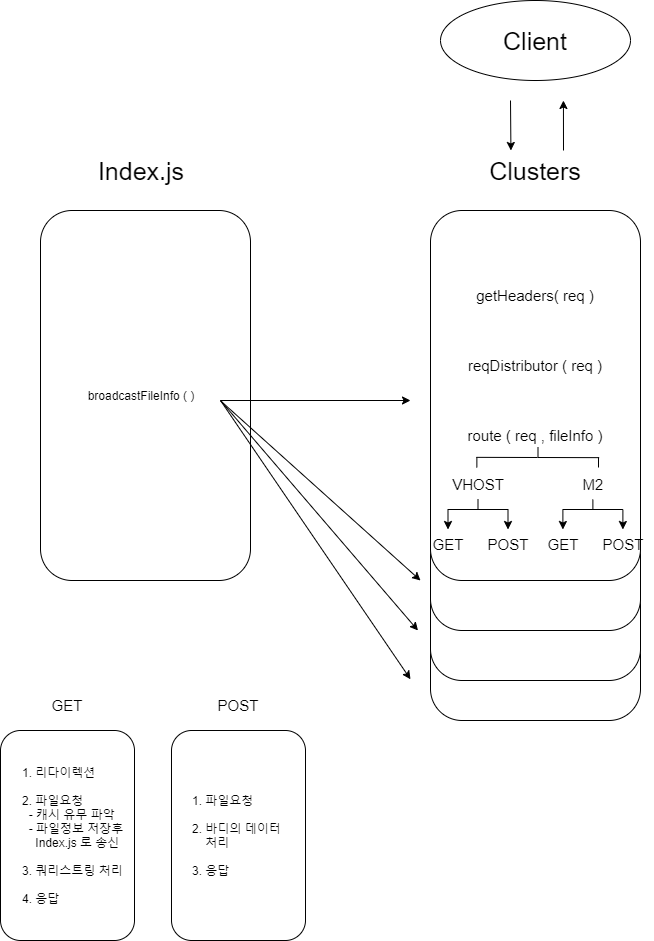
Above: diagram.png in ChansooKim316/node_server (draw.io), before the change. Source tidied: cells renumbered, new cells last; positions are measured from the earlier drawing's top-left corner, leaving out a move shared by most shapes.
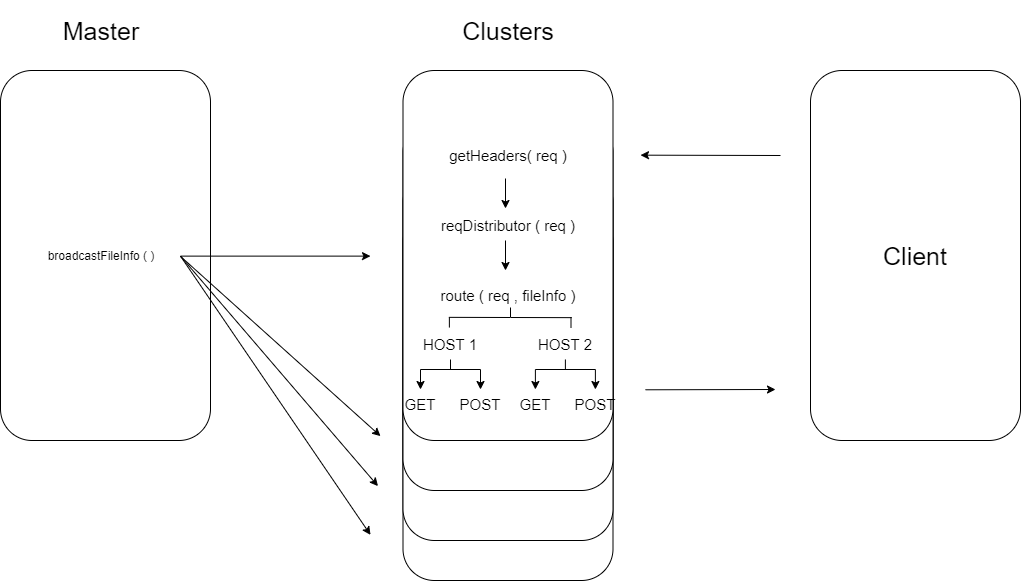
After the commit.

What changed in the source:
```diff
@@ -12,26 +12,17 @@
       <mxGeometry x="430" y="260" width="210" height="370" as="geometry" />
     </mxCell>
     <mxCell id="5" value="&lt;div&gt;&lt;span style=&quot;color: rgba(0 , 0 , 0 , 0) ; font-family: monospace ; font-size: 0px&quot;&gt;%3CmxGraphModel%3E%3Croot%3E%3CmxCell%20id%3D%220%22%2F%3E%3CmxCell%20id%3D%221%22%20parent%3D%220%22%2F%3E%3CmxCell%20id%3D%222%22%20value%3D%22%26lt%3Bdiv%26gt%3B%26lt%3Bb%20style%3D%26quot%3Bfont-size%3A%2015px%26quot%3B%26gt%3Bheaders.js%26lt%3B%2Fb%26gt%3B%26lt%3B%2Fdiv%26gt%3B%26lt%3Bdiv%20style%3D%26quot%3Btext-align%3A%20justify%26quot%3B%26gt%3B%26lt%3Bbr%26gt%3B%26lt%3B%2Fdiv%26gt%3B%26lt%3Bdiv%20style%3D%26quot%3Btext-align%3A%20justify%26quot%3B%26gt%3B%26lt%3Bb%26gt%3Blet%20headers%20%3D%20%7B%26lt%3B%2Fb%26gt%3B%26lt%3B%2Fdiv%26gt%3B%26lt%3Bdiv%20style%3D%26quot%3Btext-align%3A%20justify%26quot%3B%26gt%3B%26lt%3Bspan%26gt%3B%26amp%3Bnbsp%3B%20%26amp%3Bnbsp%3B%20%26amp%3Bnbsp%3Bmethod%20%3A%20___%20%2C%26lt%3B%2Fspan%26gt%3B%26lt%3B%2Fdiv%26gt%3B%26lt%3Bdiv%20style%3D%26quot%3Btext-align%3A%20justify%26quot%3B%26gt%3B%26lt%3Bspan%26gt%3B%26amp%3Bnbsp%3B%20%26amp%3Bnbsp%3B%20%26amp%3Bnbsp%3Buri%20%3A%20___%20%2C%26lt%3B%2Fspan%26gt%3B%26lt%3B%2Fdiv%26gt%3B%26lt%3Bdiv%20style%3D%26quot%3Btext-align%3A%20justify%26quot%3B%26gt%3B%26lt%3Bspan%26gt%3B%26amp%3Bnbsp%3B%20%26amp%3Bnbsp%3B%20%26amp%3Bnbsp%3Bhttp%20version%20%3A%20___%20%2C%26lt%3B%2Fspan%26gt%3B%26lt%3B%2Fdiv%26gt%3B%26lt%3Bdiv%20style%3D%26quot%3Btext-align%3A%20justify%26quot%3B%26gt%3B%26lt%3Bbr%26gt%3B%26lt%3B%2Fdiv%26gt%3B%26lt%3Bdiv%20style%3D%26quot%3Btext-align%3A%20justify%26quot%3B%26gt%3B%26lt%3Bspan%26gt%3B%26amp%3Bnbsp%3B%20%26amp%3Bnbsp%3B%20%26amp%3Bnbsp%3B%20%26amp%3Bnbsp%3B%20%26amp%3Bnbsp%3B%20%26amp%3Bnbsp%3B%20%26amp%3Bnbsp%3B%E2%97%8F%26lt%3B%2Fspan%26gt%3B%26lt%3B%2Fdiv%26gt%3B%26lt%3Bdiv%20style%3D%26quot%3Btext-align%3A%20justify%26quot%3B%26gt%3B%26lt%3Bspan%26gt%3B%26amp%3Bnbsp%3B%20%26amp%3Bnbsp%3B%20%26amp%3Bnbsp%3B%20%26amp%3Bnbsp%3B%20%26amp%3Bnbsp%3B%20%26amp%3Bnbsp%3B%20%26amp%3Bnbsp%3B%E2%97%8F%26lt%3B%2Fspan%26gt%3B%26lt%3Bbr%26gt%3B%26lt%3B%2Fdiv%26gt%3B%26lt%3Bdiv%20style%3D%26quot%3Btext-align%3A%20justify%26quot%3B%26gt%3B%26lt%3Bspan%26gt%3B%26amp%3Bnbsp%3B%20%26amp%3Bnbsp%3B%20%26amp%3Bnbsp%3B%20%26amp%3Bnbsp%3B%20%26amp%3Bnbsp%3B%20%26amp%3Bnbsp%3B%20%26amp%3Bnbsp%3B%E2%97%8F%26lt%3B%2Fspan%26gt%3B%26lt%3B%2Fdiv%26gt%3B%26lt%3Bdiv%20style%3D%26quot%3Btext-align%3A%20justify%26quot%3B%26gt%3B%26lt%3Bb%26gt%3B%7D%26lt%3B%2Fb%26gt%3B%26lt%3Bbr%26gt%3B%26lt%3B%2Fdiv%26gt%3B%22%20style%3D%22rounded%3D1%3BwhiteSpace%3Dwrap%3Bhtml%3D1%3BfontSize%3D12%3Bglass%3D0%3BstrokeWidth%3D1%3Bshadow%3D0%3Balign%3Dcenter%3B%22%20vertex%3D%221%22%20parent%3D%221%22%3E%3CmxGeometry%20x%3D%2240%22%20y%3D%22230%22%20width%3D%22170%22%20height%3D%22200%22%20as%3D%22geometry%22%2F%3E%3C%2FmxCell%3E%3C%2Froot%3E%3C%2FmxGraphModel%3E&lt;/span&gt;&lt;br&gt;&lt;/div&gt;" style="rounded=1;whiteSpace=wrap;html=1;fontSize=12;glass=0;strokeWidth=1;shadow=0;align=center;" parent="1" vertex="1">
-      <mxGeometry x="40" y="210" width="210" height="370" as="geometry" />
+      <mxGeometry x="27.5" y="210" width="210" height="370" as="geometry" />
     </mxCell>
     <mxCell id="6" value="&lt;div&gt;&lt;span style=&quot;color: rgba(0 , 0 , 0 , 0) ; font-family: monospace ; font-size: 0px&quot;&gt;%3CmxGraphModel%3E%3Croot%3E%3CmxCell%20id%3D%220%22%2F%3E%3CmxCell%20id%3D%221%22%20parent%3D%220%22%2F%3E%3CmxCell%20id%3D%222%22%20value%3D%22%26lt%3Bdiv%26gt%3B%26lt%3Bb%20style%3D%26quot%3Bfont-size%3A%2015px%26quot%3B%26gt%3Bheaders.js%26lt%3B%2Fb%26gt%3B%26lt%3B%2Fdiv%26gt%3B%26lt%3Bdiv%20style%3D%26quot%3Btext-align%3A%20justify%26quot%3B%26gt%3B%26lt%3Bbr%26gt%3B%26lt%3B%2Fdiv%26gt%3B%26lt%3Bdiv%20style%3D%26quot%3Btext-align%3A%20justify%26quot%3B%26gt%3B%26lt%3Bb%26gt%3Blet%20headers%20%3D%20%7B%26lt%3B%2Fb%26gt%3B%26lt%3B%2Fdiv%26gt%3B%26lt%3Bdiv%20style%3D%26quot%3Btext-align%3A%20justify%26quot%3B%26gt%3B%26lt%3Bspan%26gt%3B%26amp%3Bnbsp%3B%20%26amp%3Bnbsp%3B%20%26amp%3Bnbsp%3Bmethod%20%3A%20___%20%2C%26lt%3B%2Fspan%26gt%3B%26lt%3B%2Fdiv%26gt%3B%26lt%3Bdiv%20style%3D%26quot%3Btext-align%3A%20justify%26quot%3B%26gt%3B%26lt%3Bspan%26gt%3B%26amp%3Bnbsp%3B%20%26amp%3Bnbsp%3B%20%26amp%3Bnbsp%3Buri%20%3A%20___%20%2C%26lt%3B%2Fspan%26gt%3B%26lt%3B%2Fdiv%26gt%3B%26lt%3Bdiv%20style%3D%26quot%3Btext-align%3A%20justify%26quot%3B%26gt%3B%26lt%3Bspan%26gt%3B%26amp%3Bnbsp%3B%20%26amp%3Bnbsp%3B%20%26amp%3Bnbsp%3Bhttp%20version%20%3A%20___%20%2C%26lt%3B%2Fspan%26gt%3B%26lt%3B%2Fdiv%26gt%3B%26lt%3Bdiv%20style%3D%26quot%3Btext-align%3A%20justify%26quot%3B%26gt%3B%26lt%3Bbr%26gt%3B%26lt%3B%2Fdiv%26gt%3B%26lt%3Bdiv%20style%3D%26quot%3Btext-align%3A%20justify%26quot%3B%26gt%3B%26lt%3Bspan%26gt%3B%26amp%3Bnbsp%3B%20%26amp%3Bnbsp%3B%20%26amp%3Bnbsp%3B%20%26amp%3Bnbsp%3B%20%26amp%3Bnbsp%3B%20%26amp%3Bnbsp%3B%20%26amp%3Bnbsp%3B%E2%97%8F%26lt%3B%2Fspan%26gt%3B%26lt%3B%2Fdiv%26gt%3B%26lt%3Bdiv%20style%3D%26quot%3Btext-align%3A%20justify%26quot%3B%26gt%3B%26lt%3Bspan%26gt%3B%26amp%3Bnbsp%3B%20%26amp%3Bnbsp%3B%20%26amp%3Bnbsp%3B%20%26amp%3Bnbsp%3B%20%26amp%3Bnbsp%3B%20%26amp%3Bnbsp%3B%20%26amp%3Bnbsp%3B%E2%97%8F%26lt%3B%2Fspan%26gt%3B%26lt%3Bbr%26gt%3B%26lt%3B%2Fdiv%26gt%3B%26lt%3Bdiv%20style%3D%26quot%3Btext-align%3A%20justify%26quot%3B%26gt%3B%26lt%3Bspan%26gt%3B%26amp%3Bnbsp%3B%20%26amp%3Bnbsp%3B%20%26amp%3Bnbsp%3B%20%26amp%3Bnbsp%3B%20%26amp%3Bnbsp%3B%20%26amp%3Bnbsp%3B%20%26amp%3Bnbsp%3B%E2%97%8F%26lt%3B%2Fspan%26gt%3B%26lt%3B%2Fdiv%26gt%3B%26lt%3Bdiv%20style%3D%26quot%3Btext-align%3A%20justify%26quot%3B%26gt%3B%26lt%3Bb%26gt%3B%7D%26lt%3B%2Fb%26gt%3B%26lt%3Bbr%26gt%3B%26lt%3B%2Fdiv%26gt%3B%22%20style%3D%22rounded%3D1%3BwhiteSpace%3Dwrap%3Bhtml%3D1%3BfontSize%3D12%3Bglass%3D0%3BstrokeWidth%3D1%3Bshadow%3D0%3Balign%3Dcenter%3B%22%20vertex%3D%221%22%20parent%3D%221%22%3E%3CmxGeometry%20x%3D%2240%22%20y%3D%22230%22%20width%3D%22170%22%20height%3D%22200%22%20as%3D%22geometry%22%2F%3E%3C%2FmxCell%3E%3C%2Froot%3E%3C%2FmxGraphModel%3E&lt;/span&gt;&lt;br&gt;&lt;/div&gt;" style="rounded=1;whiteSpace=wrap;html=1;fontSize=12;glass=0;strokeWidth=1;shadow=0;align=center;" parent="1" vertex="1">
       <mxGeometry x="430" y="210" width="210" height="370" as="geometry" />
     </mxCell>
-    <mxCell id="7" value="&lt;font style=&quot;font-size: 25px&quot;&gt;Index.js&lt;br&gt;&lt;/font&gt;" style="text;html=1;strokeColor=none;fillColor=none;align=center;verticalAlign=middle;whiteSpace=wrap;rounded=0;" parent="1" vertex="1">
-      <mxGeometry x="96" y="140" width="90" height="60" as="geometry" />
+    <mxCell id="7" value="&lt;font style=&quot;font-size: 25px&quot;&gt;Master&lt;br&gt;&lt;/font&gt;" style="text;html=1;strokeColor=none;fillColor=none;align=center;verticalAlign=middle;whiteSpace=wrap;rounded=0;" parent="1" vertex="1">
+      <mxGeometry x="83.5" y="140" width="90" height="60" as="geometry" />
     </mxCell>
     <mxCell id="8" value="&lt;font style=&quot;font-size: 25px&quot;&gt;Clusters&lt;br&gt;&lt;/font&gt;" style="text;html=1;strokeColor=none;fillColor=none;align=center;verticalAlign=middle;whiteSpace=wrap;rounded=0;" parent="1" vertex="1">
       <mxGeometry x="490" y="140" width="90" height="60" as="geometry" />
     </mxCell>
-    <mxCell id="9" value="&lt;p&gt;&lt;span style=&quot;font-size: 25px&quot;&gt;Client&lt;/span&gt;&lt;/p&gt;" style="ellipse;whiteSpace=wrap;html=1;" parent="1" vertex="1">
-      <mxGeometry x="440" width="190" height="80" as="geometry" />
-    </mxCell>
-    <mxCell id="10" style="endArrow=classic;html=1;" parent="1" edge="1">
-      <mxGeometry relative="1" as="geometry">
-        <mxPoint x="510" y="100" as="sourcePoint" />
-        <mxPoint x="510.4" y="150" as="targetPoint" />
-      </mxGeometry>
-    </mxCell>
     <mxCell id="11" value="&lt;font style=&quot;font-size: 15px&quot;&gt;getHeaders( req )&lt;/font&gt;" style="text;html=1;strokeColor=none;fillColor=none;align=center;verticalAlign=middle;whiteSpace=wrap;rounded=0;" parent="1" vertex="1">
       <mxGeometry x="470" y="270" width="130" height="50" as="geometry" />
     </mxCell>
@@ -41,10 +32,10 @@
     <mxCell id="13" value="&lt;font style=&quot;font-size: 15px&quot;&gt;route ( req , fileInfo )&lt;/font&gt;" style="text;html=1;strokeColor=none;fillColor=none;align=center;verticalAlign=middle;whiteSpace=wrap;rounded=0;" parent="1" vertex="1">
       <mxGeometry x="450" y="410" width="170" height="50" as="geometry" />
     </mxCell>
-    <mxCell id="14" value="&lt;font style=&quot;font-size: 15px&quot;&gt;VHOST&lt;/font&gt;" style="text;html=1;strokeColor=none;fillColor=none;align=center;verticalAlign=middle;whiteSpace=wrap;rounded=0;" parent="1" vertex="1">
+    <mxCell id="14" value="&lt;span style=&quot;font-size: 15px&quot;&gt;HOST 1&lt;/span&gt;" style="text;html=1;strokeColor=none;fillColor=none;align=center;verticalAlign=middle;whiteSpace=wrap;rounded=0;" parent="1" vertex="1">
       <mxGeometry x="447.5" y="469" width="60" height="30" as="geometry" />
     </mxCell>
-    <mxCell id="15" value="&lt;font style=&quot;font-size: 15px&quot;&gt;M2&lt;/font&gt;" style="text;html=1;strokeColor=none;fillColor=none;align=center;verticalAlign=middle;whiteSpace=wrap;rounded=0;" parent="1" vertex="1">
+    <mxCell id="15" value="&lt;font style=&quot;font-size: 15px&quot;&gt;HOST 2&lt;/font&gt;" style="text;html=1;strokeColor=none;fillColor=none;align=center;verticalAlign=middle;whiteSpace=wrap;rounded=0;" parent="1" vertex="1">
       <mxGeometry x="562.5" y="469" width="60" height="30" as="geometry" />
     </mxCell>
     <mxCell id="16" value="&lt;font style=&quot;font-size: 15px&quot;&gt;GET&lt;/font&gt;" style="text;html=1;strokeColor=none;fillColor=none;align=center;verticalAlign=middle;whiteSpace=wrap;rounded=0;" parent="1" vertex="1">
@@ -150,49 +141,61 @@
       </mxGeometry>
     </mxCell>
     <mxCell id="35" value="broadcastFileInfo ( )" style="text;html=1;strokeColor=none;fillColor=none;align=center;verticalAlign=middle;whiteSpace=wrap;rounded=0;" parent="1" vertex="1">
-      <mxGeometry x="86" y="365" width="110" height="60" as="geometry" />
+      <mxGeometry x="73.5" y="365" width="110" height="60" as="geometry" />
     </mxCell>
     <mxCell id="36" style="endArrow=classic;html=1;" parent="1" edge="1">
       <mxGeometry relative="1" as="geometry">
-        <mxPoint x="220" y="400" as="sourcePoint" />
-        <mxPoint x="410" y="400" as="targetPoint" />
+        <mxPoint x="207.5" y="395.6" as="sourcePoint" />
+        <mxPoint x="397.5" y="395.6" as="targetPoint" />
       </mxGeometry>
     </mxCell>
     <mxCell id="37" style="endArrow=classic;html=1;" parent="1" edge="1">
       <mxGeometry relative="1" as="geometry">
-        <mxPoint x="220" y="400.2" as="sourcePoint" />
-        <mxPoint x="420" y="580" as="targetPoint" />
+        <mxPoint x="207.5" y="395.9" as="sourcePoint" />
+        <mxPoint x="407.5" y="575.6" as="targetPoint" />
       </mxGeometry>
     </mxCell>
     <mxCell id="38" style="endArrow=classic;html=1;" parent="1" edge="1">
       <mxGeometry relative="1" as="geometry">
-        <mxPoint x="220" y="400" as="sourcePoint" />
-        <mxPoint x="417.5" y="630" as="targetPoint" />
+        <mxPoint x="207.5" y="395.6" as="sourcePoint" />
+        <mxPoint x="405" y="625.6" as="targetPoint" />
       </mxGeometry>
     </mxCell>
     <mxCell id="39" style="endArrow=classic;html=1;" parent="1" edge="1">
       <mxGeometry relative="1" as="geometry">
-        <mxPoint x="220" y="400" as="sourcePoint" />
-        <mxPoint x="410" y="678.8" as="targetPoint" />
+        <mxPoint x="207.5" y="395.6" as="sourcePoint" />
+        <mxPoint x="397.5" y="674.4" as="targetPoint" />
       </mxGeometry>
     </mxCell>
-    <mxCell id="40" value="&lt;font style=&quot;font-size: 15px&quot;&gt;GET&lt;/font&gt;" style="text;html=1;strokeColor=none;fillColor=none;align=center;verticalAlign=middle;whiteSpace=wrap;rounded=0;" parent="1" vertex="1">
-      <mxGeometry x="37" y="690" width="60" height="30" as="geometry" />
-    </mxCell>
-    <mxCell id="41" value="&lt;font style=&quot;font-size: 15px&quot;&gt;POST&lt;/font&gt;" style="text;html=1;strokeColor=none;fillColor=none;align=center;verticalAlign=middle;whiteSpace=wrap;rounded=0;" parent="1" vertex="1">
-      <mxGeometry x="208" y="690" width="60" height="30" as="geometry" />
-    </mxCell>
-    <mxCell id="42" value="&lt;span style=&quot;text-align: justify&quot;&gt;&amp;nbsp; &amp;nbsp; &amp;nbsp; 1. 리다이렉션&lt;br&gt;&lt;/span&gt;&lt;br&gt;&lt;span style=&quot;text-align: justify&quot;&gt;&amp;nbsp; &amp;nbsp; &amp;nbsp; 2. 파일요청&lt;/span&gt;&lt;br&gt;&lt;span style=&quot;text-align: justify&quot;&gt;&amp;nbsp; &amp;nbsp; &amp;nbsp; &amp;nbsp; - 캐시 유무 파악&lt;/span&gt;&lt;br&gt;&lt;span style=&quot;text-align: justify&quot;&gt;&amp;nbsp; &amp;nbsp; &amp;nbsp; &amp;nbsp; - 파일정보 저장후&lt;/span&gt;&lt;br&gt;&lt;span style=&quot;text-align: justify&quot;&gt;&amp;nbsp; &amp;nbsp; &amp;nbsp; &amp;nbsp; &amp;nbsp; Index.js 로 송신&lt;br&gt;&lt;/span&gt;&lt;br&gt;&lt;span&gt;&lt;div style=&quot;text-align: justify&quot;&gt;&lt;span&gt;&amp;nbsp; &amp;nbsp; &amp;nbsp; 3. 쿼리스트링 처리&lt;/span&gt;&lt;/div&gt;&lt;div style=&quot;text-align: justify&quot;&gt;&lt;span&gt;&lt;br&gt;&lt;/span&gt;&lt;/div&gt;&lt;div style=&quot;text-align: justify&quot;&gt;&lt;span&gt;&amp;nbsp; &amp;nbsp; &amp;nbsp; 4. 응답&lt;/span&gt;&lt;/div&gt;&lt;/span&gt;" style="rounded=1;whiteSpace=wrap;html=1;align=left;" parent="1" vertex="1">
-      <mxGeometry y="730" width="134" height="210" as="geometry" />
-    </mxCell>
-    <mxCell id="43" value="&lt;div style=&quot;text-align: justify&quot;&gt;&lt;span&gt;1. 파일요청&lt;/span&gt;&lt;/div&gt;&lt;div style=&quot;text-align: justify&quot;&gt;&lt;span&gt;&lt;br&gt;&lt;/span&gt;&lt;/div&gt;&lt;span&gt;&lt;div style=&quot;text-align: justify&quot;&gt;&lt;span&gt;2. 바디의 데이터&amp;nbsp;&lt;/span&gt;&lt;/div&gt;&lt;div style=&quot;text-align: justify&quot;&gt;&lt;span&gt;&amp;nbsp; &amp;nbsp; 처리&lt;/span&gt;&lt;/div&gt;&lt;div style=&quot;text-align: justify&quot;&gt;&lt;span&gt;&lt;br&gt;&lt;/span&gt;&lt;/div&gt;&lt;div style=&quot;text-align: justify&quot;&gt;&lt;span&gt;3. 응답&lt;/span&gt;&lt;/div&gt;&lt;/span&gt;" style="rounded=1;whiteSpace=wrap;html=1;" parent="1" vertex="1">
-      <mxGeometry x="171" y="730" width="134" height="210" as="geometry" />
-    </mxCell>
-    <mxCell id="44" style="endArrow=classic;html=1;entryX=0.647;entryY=1;entryDx=0;entryDy=0;entryPerimeter=0;" parent="1" edge="1">
-      <mxGeometry relative="1" as="geometry">
-        <mxPoint x="563" y="150" as="sourcePoint" />
-        <mxPoint x="562.9" y="100" as="targetPoint" />
-      </mxGeometry>
-    </mxCell>
+    <mxCell id="45" value="&lt;div&gt;&lt;span style=&quot;color: rgba(0 , 0 , 0 , 0) ; font-family: monospace ; font-size: 0px&quot;&gt;%3CmxGraphModel%3E%3Croot%3E%3CmxCell%20id%3D%220%22%2F%3E%3CmxCell%20id%3D%221%22%20parent%3D%220%22%2F%3E%3CmxCell%20id%3D%222%22%20value%3D%22%26lt%3Bdiv%26gt%3B%26lt%3Bb%20style%3D%26quot%3Bfont-size%3A%2015px%26quot%3B%26gt%3Bheaders.js%26lt%3B%2Fb%26gt%3B%26lt%3B%2Fdiv%26gt%3B%26lt%3Bdiv%20style%3D%26quot%3Btext-align%3A%20justify%26quot%3B%26gt%3B%26lt%3Bbr%26gt%3B%26lt%3B%2Fdiv%26gt%3B%26lt%3Bdiv%20style%3D%26quot%3Btext-align%3A%20justify%26quot%3B%26gt%3B%26lt%3Bb%26gt%3Blet%20headers%20%3D%20%7B%26lt%3B%2Fb%26gt%3B%26lt%3B%2Fdiv%26gt%3B%26lt%3Bdiv%20style%3D%26quot%3Btext-align%3A%20justify%26quot%3B%26gt%3B%26lt%3Bspan%26gt%3B%26amp%3Bnbsp%3B%20%26amp%3Bnbsp%3B%20%26amp%3Bnbsp%3Bmethod%20%3A%20___%20%2C%26lt%3B%2Fspan%26gt%3B%26lt%3B%2Fdiv%26gt%3B%26lt%3Bdiv%20style%3D%26quot%3Btext-align%3A%20justify%26quot%3B%26gt%3B%26lt%3Bspan%26gt%3B%26amp%3Bnbsp%3B%20%26amp%3Bnbsp%3B%20%26amp%3Bnbsp%3Buri%20%3A%20___%20%2C%26lt%3B%2Fspan%26gt%3B%26lt%3B%2Fdiv%26gt%3B%26lt%3Bdiv%20style%3D%26quot%3Btext-align%3A%20justify%26quot%3B%26gt%3B%26lt%3Bspan%26gt%3B%26amp%3Bnbsp%3B%20%26amp%3Bnbsp%3B%20%26amp%3Bnbsp%3Bhttp%20version%20%3A%20___%20%2C%26lt%3B%2Fspan%26gt%3B%26lt%3B%2Fdiv%26gt%3B%26lt%3Bdiv%20style%3D%26quot%3Btext-align%3A%20justify%26quot%3B%26gt%3B%26lt%3Bbr%26gt%3B%26lt%3B%2Fdiv%26gt%3B%26lt%3Bdiv%20style%3D%26quot%3Btext-align%3A%20justify%26quot%3B%26gt%3B%26lt%3Bspan%26gt%3B%26amp%3Bnbsp%3B%20%26amp%3Bnbsp%3B%20%26amp%3Bnbsp%3B%20%26amp%3Bnbsp%3B%20%26amp%3Bnbsp%3B%20%26amp%3Bnbsp%3B%20%26amp%3Bnbsp%3B%E2%97%8F%26lt%3B%2Fspan%26gt%3B%26lt%3B%2Fdiv%26gt%3B%26lt%3Bdiv%20style%3D%26quot%3Btext-align%3A%20justify%26quot%3B%26gt%3B%26lt%3Bspan%26gt%3B%26amp%3Bnbsp%3B%20%26amp%3Bnbsp%3B%20%26amp%3Bnbsp%3B%20%26amp%3Bnbsp%3B%20%26amp%3Bnbsp%3B%20%26amp%3Bnbsp%3B%20%26amp%3Bnbsp%3B%E2%97%8F%26lt%3B%2Fspan%26gt%3B%26lt%3Bbr%26gt%3B%26lt%3B%2Fdiv%26gt%3B%26lt%3Bdiv%20style%3D%26quot%3Btext-align%3A%20justify%26quot%3B%26gt%3B%26lt%3Bspan%26gt%3B%26amp%3Bnbsp%3B%20%26amp%3Bnbsp%3B%20%26amp%3Bnbsp%3B%20%26amp%3Bnbsp%3B%20%26amp%3Bnbsp%3B%20%26amp%3Bnbsp%3B%20%26amp%3Bnbsp%3B%E2%97%8F%26lt%3B%2Fspan%26gt%3B%26lt%3B%2Fdiv%26gt%3B%26lt%3Bdiv%20style%3D%26quot%3Btext-align%3A%20justify%26quot%3B%26gt%3B%26lt%3Bb%26gt%3B%7D%26lt%3B%2Fb%26gt%3B%26lt%3Bbr%26gt%3B%26lt%3B%2Fdiv%26gt%3B%22%20style%3D%22rounded%3D1%3BwhiteSpace%3Dwrap%3Bhtml%3D1%3BfontSize%3D12%3Bglass%3D0%3BstrokeWidth%3D1%3Bshadow%3D0%3Balign%3Dcenter%3B%22%20vertex%3D%221%22%20parent%3D%221%22%3E%3CmxGeometry%20x%3D%2240%22%20y%3D%22230%22%20width%3D%22170%22%20height%3D%22200%22%20as%3D%22geometry%22%2F%3E%3C%2FmxCell%3E%3C%2Froot%3E%3C%2FmxGraphModel%3E&lt;/span&gt;&lt;br&gt;&lt;/div&gt;" style="rounded=1;whiteSpace=wrap;html=1;fontSize=12;glass=0;strokeWidth=1;shadow=0;align=center;" parent="1" vertex="1">
+      <mxGeometry x="837.5" y="210" width="210" height="370" as="geometry" />
+    </mxCell>
+    <mxCell id="9" value="&lt;font style=&quot;font-size: 25px&quot;&gt;Client&lt;br&gt;&lt;/font&gt;" style="text;html=1;strokeColor=none;fillColor=none;align=center;verticalAlign=middle;whiteSpace=wrap;rounded=0;" parent="1" vertex="1">
+      <mxGeometry x="897.5" y="365" width="90" height="60" as="geometry" />
+    </mxCell>
+    <mxCell id="46" style="endArrow=classic;html=1;" parent="1" edge="1">
+      <mxGeometry relative="1" as="geometry">
+        <mxPoint x="807.5" y="295" as="sourcePoint" />
+        <mxPoint x="667.5" y="294.7" as="targetPoint" />
+      </mxGeometry>
+    </mxCell>
+    <mxCell id="47" style="endArrow=classic;html=1;" parent="1" edge="1">
+      <mxGeometry relative="1" as="geometry">
+        <mxPoint x="532.5" y="318" as="sourcePoint" />
+        <mxPoint x="532.5" y="348" as="targetPoint" />
+      </mxGeometry>
+    </mxCell>
+    <mxCell id="48" style="endArrow=classic;html=1;" parent="1" edge="1">
+      <mxGeometry relative="1" as="geometry">
+        <mxPoint x="532.5" y="380" as="sourcePoint" />
+        <mxPoint x="532.5" y="410" as="targetPoint" />
+      </mxGeometry>
+    </mxCell>
+    <mxCell id="49" style="endArrow=classic;html=1;" parent="1" edge="1">
+      <mxGeometry relative="1" as="geometry">
+        <mxPoint x="672.5" y="529.3" as="sourcePoint" />
+        <mxPoint x="802.5" y="529" as="targetPoint" />
+      </mxGeometry>
+    </mxCell>
   </root>
 </mxGraphModel>
```
